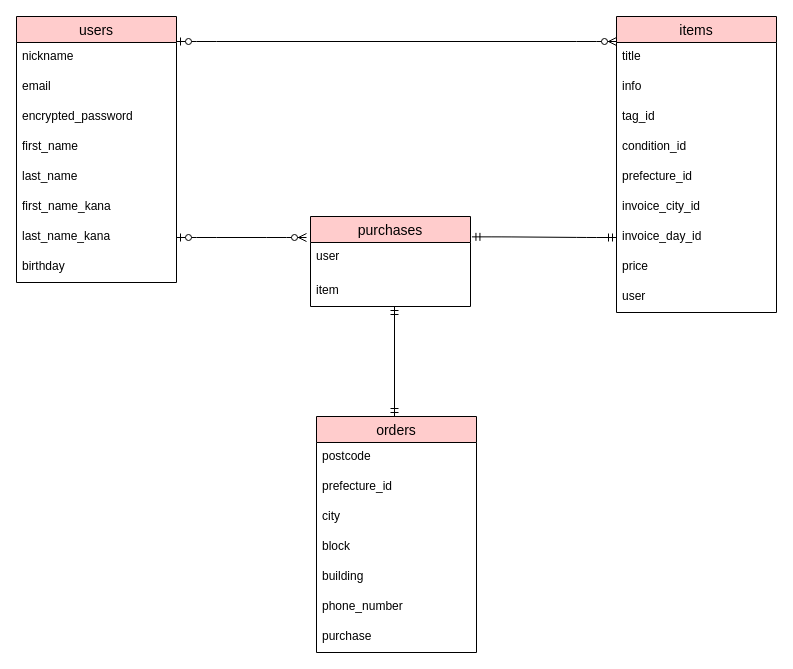
Earlier version of the draw.io diagram ER.dio (SHUNOOFT/furima-39983). Source tidied: cells renumbered, new cells numbered last; positions are measured from the earlier drawing's top-left corner, leaving out a move shared by most shapes. Both pictures are drawn from the tidied source at 100%, with x=0, y=0 at pixel (16, 16).
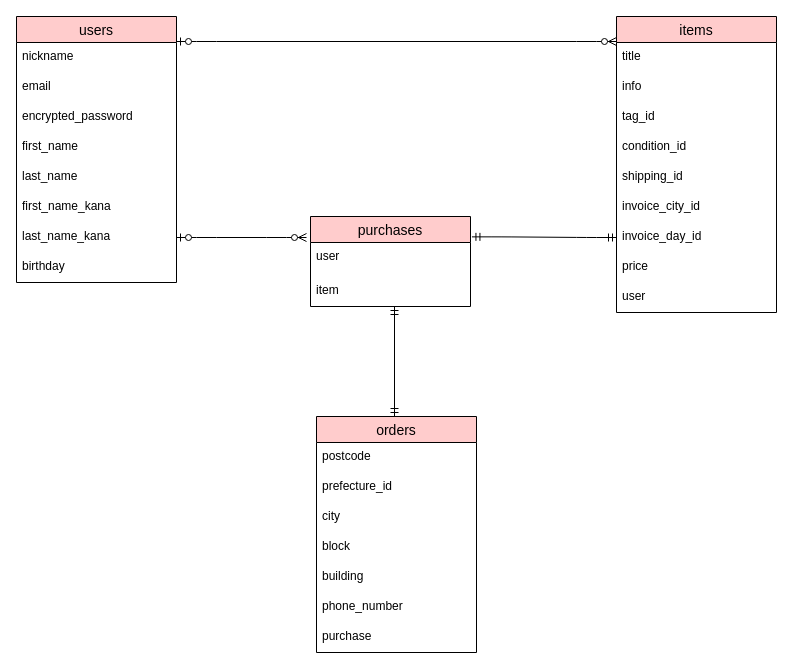
The same page after the edit.

Unchanged cells that the change refers to:
```xml
<mxCell id="11" value="items" style="swimlane;fontStyle=0;horizontal=1;startSize=26;align=center;fontSize=14;fillColor=#FFCCCC;rounded=0;" parent="1" vertex="1">
  <mxGeometry x="600" width="160" height="296" as="geometry" />
</mxCell>
```

What changed in the source:
```diff
@@
-    <mxCell id="16" value="prefecture_id" style="text;strokeColor=none;fillColor=none;spacingLeft=4;spacingRight=4;overflow=hidden;fontSize=12;rounded=0;" parent="11" vertex="1">
+    <mxCell id="16" value="shipping_id" style="text;strokeColor=none;fillColor=none;spacingLeft=4;spacingRight=4;overflow=hidden;fontSize=12;rounded=0;" parent="11" vertex="1">
       <mxGeometry y="146" width="160" height="30" as="geometry" />
     </mxCell>
```
